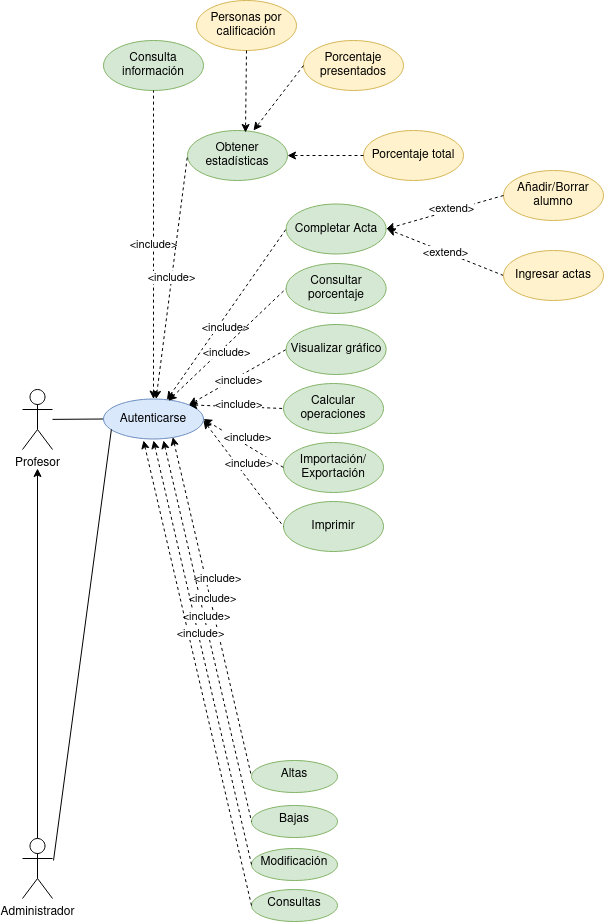
The draw.io diagram Tareas/casosUso/Tarea6-Gestión Profesores/img/GestionProfesores.drawio.png in colidom/ets, before a commit. Source tidied: cells renumbered, new cells last; positions are measured from the earlier drawing's top-left corner, leaving out a move shared by most shapes.
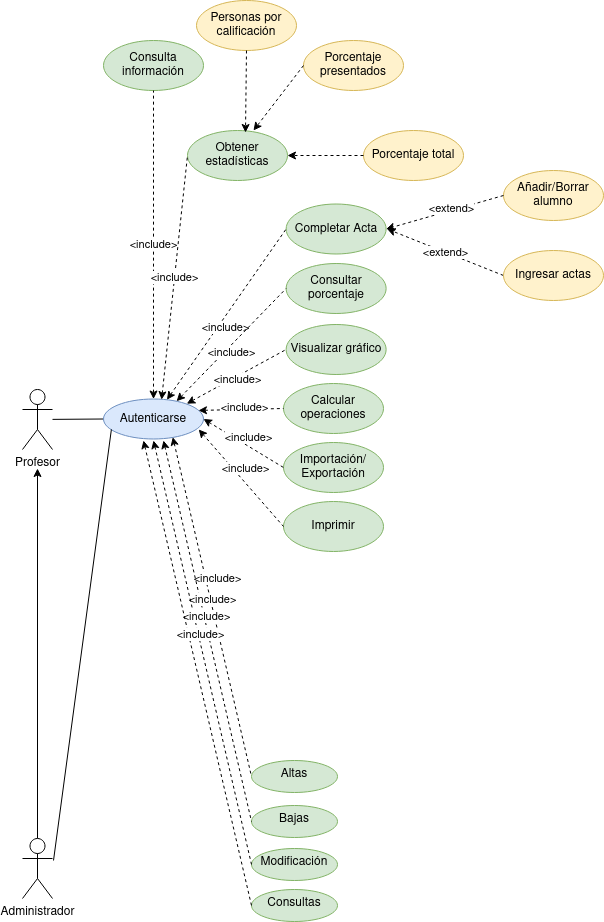
Above is the later version.

The edit, as a diff of the source:
```diff
@@ -82,7 +82,7 @@
     <mxCell id="25" value="&amp;lt;include&amp;gt;" style="edgeStyle=none;rounded=0;jettySize=auto;html=1;startArrow=classic;startFill=1;endArrow=none;endFill=0;entryX=0.5;entryY=1;entryDx=0;entryDy=0;exitX=0.5;exitY=0;exitDx=0;exitDy=0;dashed=1;" parent="1" edge="1" source="10" target="11">
       <mxGeometry relative="1" as="geometry" />
     </mxCell>
-    <mxCell id="26" value="&amp;lt;include&amp;gt;" style="edgeStyle=none;rounded=0;jettySize=auto;html=1;startArrow=classic;startFill=1;endArrow=none;endFill=0;entryX=0;entryY=0.5;entryDx=0;entryDy=0;dashed=1;" parent="1" edge="1" source="10" target="12">
+    <mxCell id="26" value="&amp;lt;include&amp;gt;" style="edgeStyle=none;rounded=0;jettySize=auto;html=1;startArrow=classic;startFill=1;endArrow=none;endFill=0;entryX=0;entryY=0.5;entryDx=0;entryDy=0;dashed=1;exitX=0.581;exitY=0.016;exitDx=0;exitDy=0;exitPerimeter=0;" parent="1" edge="1" source="10" target="12">
       <mxGeometry relative="1" as="geometry" />
     </mxCell>
     <mxCell id="27" style="endArrow=classic;html=1;rounded=0;dashed=1;entryX=1;entryY=0.5;entryDx=0;entryDy=0;exitX=0;exitY=0.5;exitDx=0;exitDy=0;" parent="1" edge="1" source="15" target="12">
@@ -94,7 +94,7 @@
     <mxCell id="29" style="endArrow=classic;html=1;rounded=0;dashed=1;exitX=0.5;exitY=1;exitDx=0;exitDy=0;entryX=0.58;entryY=0.04;entryDx=0;entryDy=0;entryPerimeter=0;" parent="1" edge="1" source="13" target="12">
       <mxGeometry relative="1" as="geometry" />
     </mxCell>
-    <mxCell id="30" style="endArrow=none;html=1;rounded=0;dashed=1;exitX=0.647;exitY=0.045;exitDx=0;exitDy=0;endFill=0;startArrow=classic;startFill=1;entryX=0;entryY=0.5;entryDx=0;entryDy=0;exitPerimeter=0;" parent="1" edge="1" source="10" target="16">
+    <mxCell id="30" style="endArrow=none;html=1;rounded=0;dashed=1;exitX=0.731;exitY=0.055;exitDx=0;exitDy=0;endFill=0;startArrow=classic;startFill=1;entryX=0;entryY=0.5;entryDx=0;entryDy=0;exitPerimeter=0;" parent="1" edge="1" source="10" target="16">
       <mxGeometry relative="1" as="geometry" />
     </mxCell>
     <mxCell id="31" value="&amp;lt;include&amp;gt;" style="edgeLabel;html=1;align=center;verticalAlign=middle;" parent="30" vertex="1">
@@ -102,7 +102,7 @@
         <mxPoint x="10" as="offset" />
       </mxGeometry>
     </mxCell>
-    <mxCell id="32" style="endArrow=none;html=1;rounded=0;dashed=1;endFill=0;startArrow=classic;startFill=1;entryX=0;entryY=0.5;entryDx=0;entryDy=0;exitX=1;exitY=0;exitDx=0;exitDy=0;" parent="1" edge="1" source="10" target="17">
+    <mxCell id="32" style="endArrow=none;html=1;rounded=0;dashed=1;endFill=0;startArrow=classic;startFill=1;entryX=0;entryY=0.5;entryDx=0;entryDy=0;exitX=0.833;exitY=0.117;exitDx=0;exitDy=0;exitPerimeter=0;" parent="1" edge="1" source="10" target="17">
       <mxGeometry relative="1" as="geometry" />
     </mxCell>
     <mxCell id="33" value="&amp;lt;include&amp;gt;" style="edgeLabel;html=1;align=center;verticalAlign=middle;" parent="32" vertex="1">
@@ -110,7 +110,7 @@
         <mxPoint x="10" as="offset" />
       </mxGeometry>
     </mxCell>
-    <mxCell id="34" style="endArrow=none;html=1;rounded=0;dashed=1;endFill=0;startArrow=classic;startFill=1;entryX=0;entryY=0.5;entryDx=0;entryDy=0;exitX=1;exitY=0;exitDx=0;exitDy=0;" parent="1" edge="1" source="10" target="18">
+    <mxCell id="34" style="endArrow=none;html=1;rounded=0;dashed=1;endFill=0;startArrow=classic;startFill=1;entryX=0;entryY=0.5;entryDx=0;entryDy=0;exitX=0.95;exitY=0.286;exitDx=0;exitDy=0;exitPerimeter=0;" parent="1" edge="1" source="10" target="18">
       <mxGeometry relative="1" as="geometry" />
     </mxCell>
     <mxCell id="35" value="&amp;lt;include&amp;gt;" style="edgeLabel;html=1;align=center;verticalAlign=middle;" parent="34" vertex="1">
@@ -126,10 +126,8 @@
         <mxPoint x="10" as="offset" />
       </mxGeometry>
     </mxCell>
-    <mxCell id="38" style="endArrow=none;html=1;rounded=0;dashed=1;endFill=0;startArrow=classic;startFill=1;entryX=0;entryY=0.5;entryDx=0;entryDy=0;" parent="1" edge="1" target="20">
-      <mxGeometry relative="1" as="geometry">
-        <mxPoint x="181" y="420" as="sourcePoint" />
-      </mxGeometry>
+    <mxCell id="38" style="endArrow=none;html=1;rounded=0;dashed=1;endFill=0;startArrow=classic;startFill=1;entryX=0;entryY=0.5;entryDx=0;entryDy=0;exitX=0.952;exitY=0.762;exitDx=0;exitDy=0;exitPerimeter=0;" parent="1" edge="1" source="10" target="20">
+      <mxGeometry relative="1" as="geometry" />
     </mxCell>
     <mxCell id="39" value="&amp;lt;include&amp;gt;" style="edgeLabel;html=1;align=center;verticalAlign=middle;" parent="38" vertex="1">
       <mxGeometry x="-0.17" y="2" relative="1" as="geometry">
```
